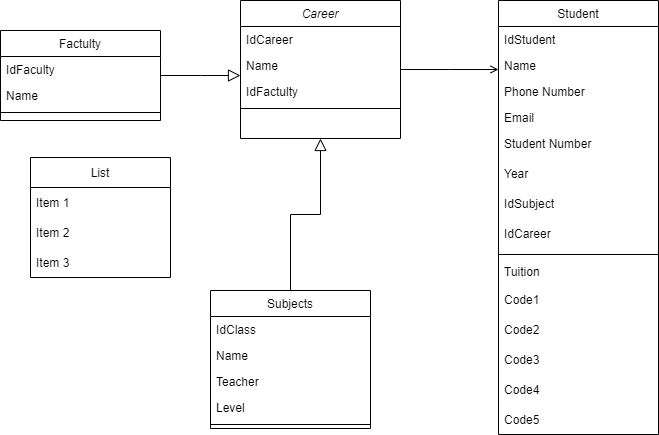
Before: Untitled Diagram.drawio.png, a diagram exported from draw.io (GuilleAlvarado/draw). Source tidied: cells renumbered, new cells last; positions are measured from the earlier drawing's top-left corner, leaving out a move shared by most shapes.
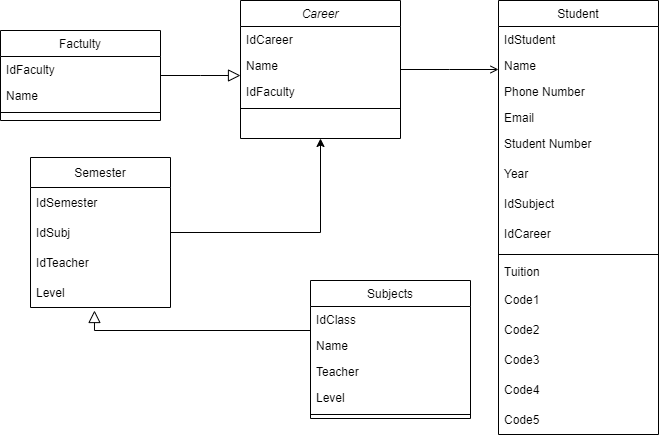
After the change.

The edit, as a diff of the source:
```diff
@@ -11,7 +11,7 @@
     <mxCell id="4" value="Name" style="text;align=left;verticalAlign=top;spacingLeft=4;spacingRight=4;overflow=hidden;rounded=0;shadow=0;html=0;" parent="2" vertex="1">
       <mxGeometry y="52" width="160" height="26" as="geometry" />
     </mxCell>
-    <mxCell id="5" value="IdFactulty" style="text;align=left;verticalAlign=top;spacingLeft=4;spacingRight=4;overflow=hidden;rounded=0;shadow=0;html=0;" parent="2" vertex="1">
+    <mxCell id="5" value="IdFaculty" style="text;align=left;verticalAlign=top;spacingLeft=4;spacingRight=4;overflow=hidden;rounded=0;shadow=0;html=0;" parent="2" vertex="1">
       <mxGeometry y="78" width="160" height="26" as="geometry" />
     </mxCell>
     <mxCell id="6" style="line;html=1;strokeWidth=1;align=left;verticalAlign=middle;spacingTop=-1;spacingLeft=3;spacingRight=3;labelPosition=right;" parent="2" vertex="1">
@@ -33,7 +33,7 @@
       <mxGeometry relative="1" as="geometry" />
     </mxCell>
     <mxCell id="12" value="Subjects" style="swimlane;fontStyle=0;align=center;verticalAlign=top;horizontal=1;startSize=26;rounded=0;shadow=0;strokeWidth=1;" parent="1" vertex="1">
-      <mxGeometry x="210" y="290" width="160" height="138" as="geometry" />
+      <mxGeometry x="310" y="280" width="160" height="138" as="geometry" />
     </mxCell>
     <mxCell id="13" value="IdClass" style="text;align=left;verticalAlign=top;spacingLeft=4;spacingRight=4;overflow=hidden;" parent="12" vertex="1">
       <mxGeometry y="26" width="160" height="26" as="geometry" />
@@ -50,8 +50,13 @@
     <mxCell id="17" style="line;html=1;strokeWidth=1;align=left;verticalAlign=middle;spacingTop=-1;spacingLeft=3;spacingRight=3;labelPosition=right;" parent="12" vertex="1">
       <mxGeometry y="130" width="160" height="8" as="geometry" />
     </mxCell>
-    <mxCell id="18" style="endArrow=block;endSize=10;endFill=0;shadow=0;strokeWidth=1;rounded=0;edgeStyle=elbowEdgeStyle;elbow=vertical;" parent="1" edge="1" source="12" target="2">
-      <mxGeometry relative="1" as="geometry" />
+    <mxCell id="18" style="endArrow=block;endSize=10;endFill=0;shadow=0;strokeWidth=1;rounded=0;edgeStyle=elbowEdgeStyle;elbow=vertical;entryX=0.457;entryY=1.1;entryDx=0;entryDy=0;entryPerimeter=0;" parent="1" edge="1" source="12" target="40">
+      <mxGeometry relative="1" as="geometry">
+        <Array as="points">
+          <mxPoint x="140" y="330" />
+          <mxPoint x="240" y="220" />
+        </Array>
+      </mxGeometry>
     </mxCell>
     <mxCell id="19" value="Student" style="swimlane;fontStyle=0;align=center;verticalAlign=top;horizontal=1;startSize=26;rounded=0;shadow=0;strokeWidth=1;" parent="1" vertex="1">
       <mxGeometry x="498" width="160" height="434" as="geometry" />
@@ -106,17 +111,23 @@
         <mxPoint x="-40" y="32" as="offset" />
       </mxGeometry>
     </mxCell>
-    <mxCell id="36" value="List" style="swimlane;fontStyle=0;horizontal=1;startSize=30;" parent="1" vertex="1">
-      <mxGeometry x="30" y="157" width="140" height="120" as="geometry" />
+    <mxCell id="36" value="Semester" style="swimlane;fontStyle=0;horizontal=1;startSize=30;" parent="1" vertex="1">
+      <mxGeometry x="30" y="157" width="140" height="150" as="geometry" />
     </mxCell>
-    <mxCell id="37" value="Item 1" style="text;strokeColor=none;fillColor=none;align=left;verticalAlign=middle;spacingLeft=4;spacingRight=4;overflow=hidden;" parent="36" vertex="1">
+    <mxCell id="37" value="IdSemester" style="text;strokeColor=none;fillColor=none;align=left;verticalAlign=middle;spacingLeft=4;spacingRight=4;overflow=hidden;" parent="36" vertex="1">
       <mxGeometry y="30" width="140" height="30" as="geometry" />
     </mxCell>
-    <mxCell id="38" value="Item 2" style="text;strokeColor=none;fillColor=none;align=left;verticalAlign=middle;spacingLeft=4;spacingRight=4;overflow=hidden;points=[[0,0.5],[1,0.5]];portConstraint=eastwest;" parent="36" vertex="1">
+    <mxCell id="38" value="IdSubj" style="text;strokeColor=none;fillColor=none;align=left;verticalAlign=middle;spacingLeft=4;spacingRight=4;overflow=hidden;points=[[0,0.5],[1,0.5]];portConstraint=eastwest;" parent="36" vertex="1">
       <mxGeometry y="60" width="140" height="30" as="geometry" />
     </mxCell>
-    <mxCell id="39" value="Item 3" style="text;strokeColor=none;fillColor=none;align=left;verticalAlign=middle;spacingLeft=4;spacingRight=4;overflow=hidden;" parent="36" vertex="1">
+    <mxCell id="39" value="IdTeacher" style="text;strokeColor=none;fillColor=none;align=left;verticalAlign=middle;spacingLeft=4;spacingRight=4;overflow=hidden;" parent="36" vertex="1">
       <mxGeometry y="90" width="140" height="30" as="geometry" />
     </mxCell>
+    <mxCell id="40" value="Level" style="text;strokeColor=none;fillColor=none;align=left;verticalAlign=middle;spacingLeft=4;spacingRight=4;overflow=hidden;points=[[0,0.5],[1,0.5]];portConstraint=eastwest;" parent="36" vertex="1">
+      <mxGeometry y="120" width="140" height="30" as="geometry" />
+    </mxCell>
+    <mxCell id="41" style="edgeStyle=orthogonalEdgeStyle;rounded=0;jettySize=auto;html=1;exitX=1;exitY=0.5;exitDx=0;exitDy=0;entryX=0.5;entryY=1;entryDx=0;entryDy=0;" parent="1" edge="1" source="38" target="2">
+      <mxGeometry relative="1" as="geometry" />
+    </mxCell>
   </root>
 </mxGraphModel>
```
